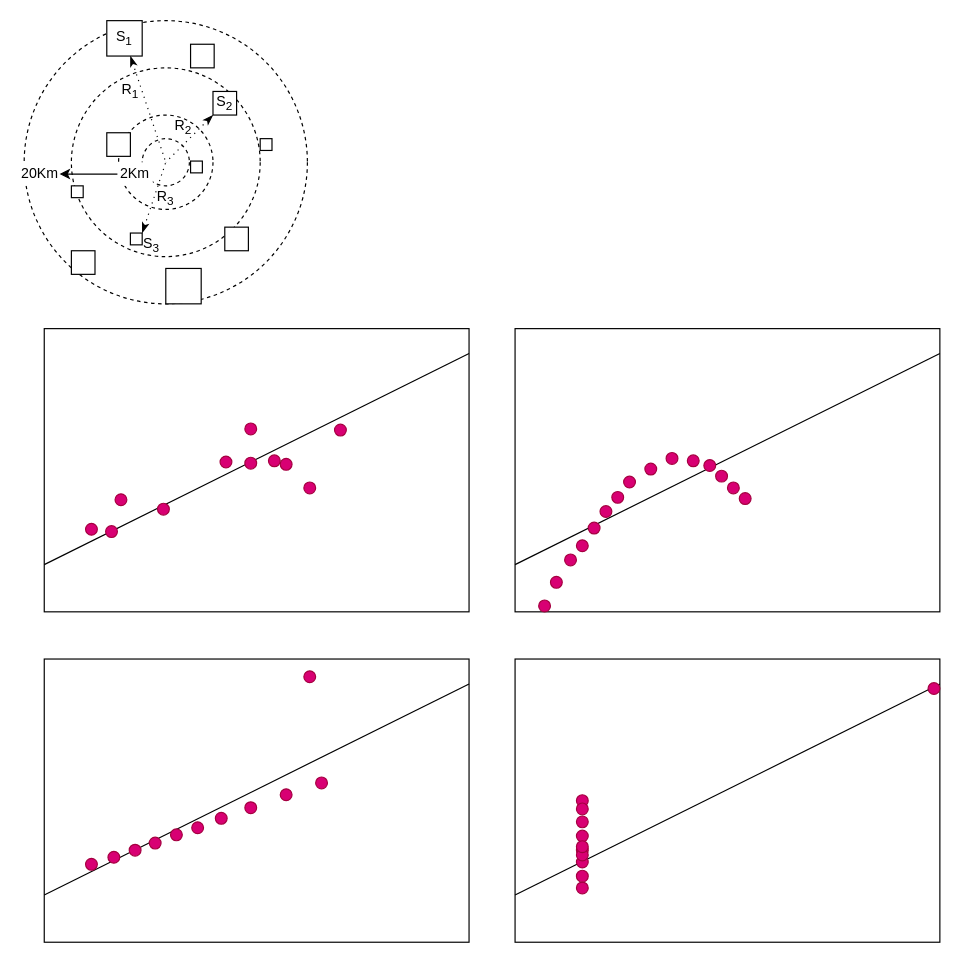
Above: page "2" (2 of 2) of 基础教程/A4-经典机器学习算法（更新中）/第1步 回归算法/images/diagrams.drawio in microsoft/ai-edu (draw.io), before the change. Source tidied: cells renumbered, new cells numbered last; positions are measured from the earlier drawing's top-left corner, leaving out a move shared by most shapes. Both pictures are drawn from the tidied source at 118%, with x=0, y=0 at pixel (20, 20).
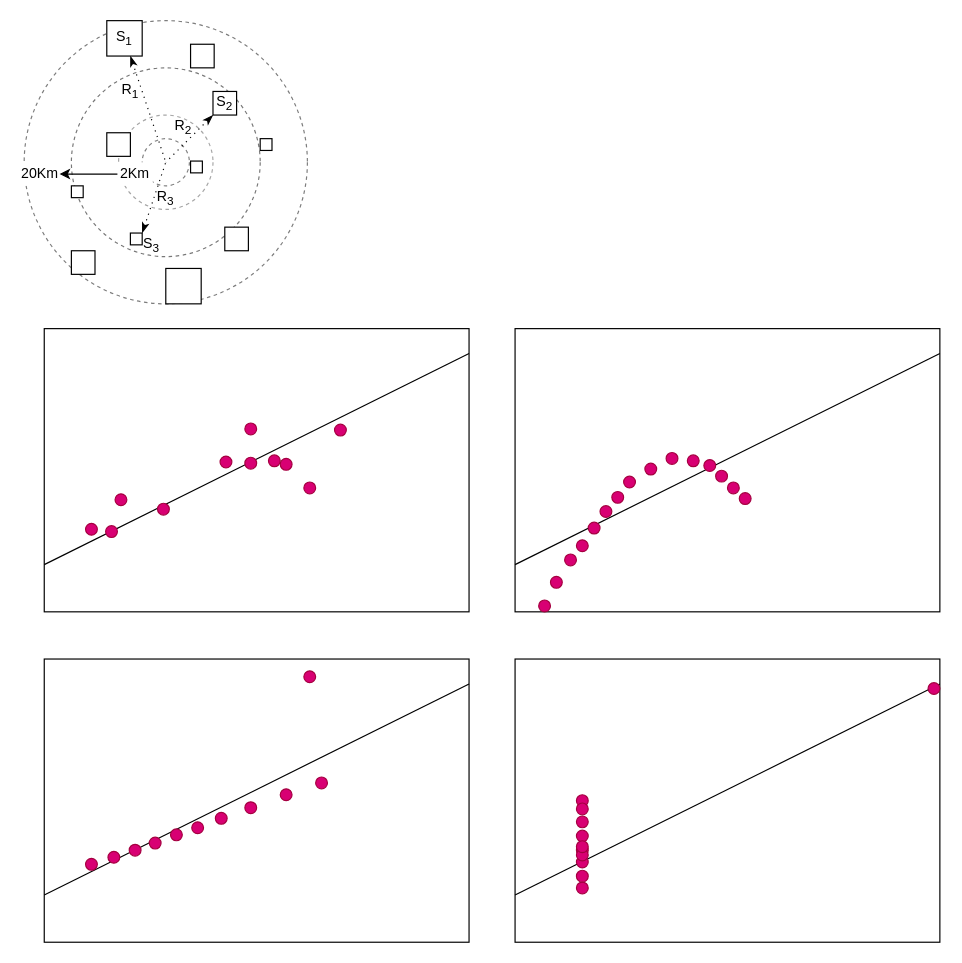
After the change.

Change to the diagram source:
```diff
@@
-    <mxCell id="2" style="ellipse;whiteSpace=wrap;html=1;strokeWidth=1;dashed=1;" parent="1" vertex="1">
-      <mxGeometry x="103" y="100" width="40" height="40" as="geometry" />
-    </mxCell>
-    <mxCell id="3" style="ellipse;whiteSpace=wrap;html=1;dashed=1;fillColor=none;" parent="1" vertex="1">
+    <mxCell id="3" style="ellipse;whiteSpace=wrap;html=1;dashed=1;fillColor=none;strokeColor=#7D7D7D;" parent="1" vertex="1">
       <mxGeometry x="3" width="240" height="240" as="geometry" />
     </mxCell>
-    <mxCell id="4" style="ellipse;whiteSpace=wrap;html=1;dashed=1;fillColor=none;" parent="1" vertex="1">
+    <mxCell id="4" style="ellipse;whiteSpace=wrap;html=1;dashed=1;fillColor=none;strokeColor=#787878;" parent="1" vertex="1">
       <mxGeometry x="43" y="40" width="160" height="160" as="geometry" />
     </mxCell>
-    <mxCell id="5" style="ellipse;whiteSpace=wrap;html=1;dashed=1;fillColor=none;" parent="1" vertex="1">
+    <mxCell id="5" style="ellipse;whiteSpace=wrap;html=1;dashed=1;fillColor=none;strokeColor=#A6A6A6;" parent="1" vertex="1">
       <mxGeometry x="83" y="80" width="80" height="80" as="geometry" />
     </mxCell>
+    <mxCell id="2" style="ellipse;whiteSpace=wrap;html=1;strokeWidth=1;dashed=1;strokeColor=#808080;" parent="1" vertex="1">
+      <mxGeometry x="103" y="100" width="40" height="40" as="geometry" />
+    </mxCell>
```
